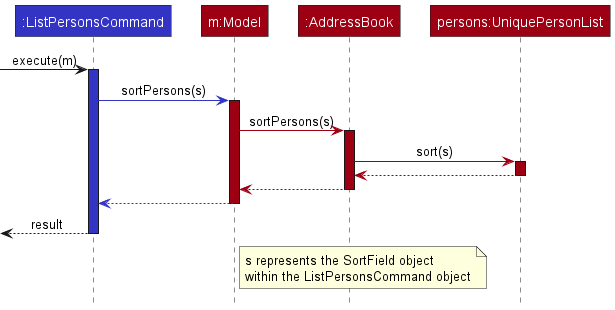
The PlantUML diagram docs/images/SortPersonsSequenceDiagram.png in nus-cs2103-AY2223S1/tp, before a commit.
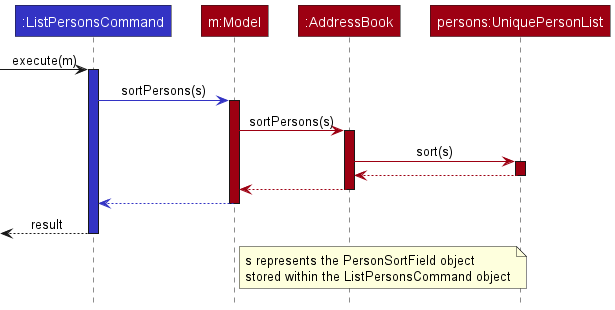
After the commit.

The edit, as a diff of the source:
```diff
@@ -34,6 +34,6 @@
 deactivate listPersonsCommand
 
 skinparam NoteTextAlignment left
-note right of model : s represents the SortField object\nwithin the ListPersonsCommand object
+note right of model : s represents the PersonSortField object\nstored within the ListPersonsCommand object
 
 @enduml
```
